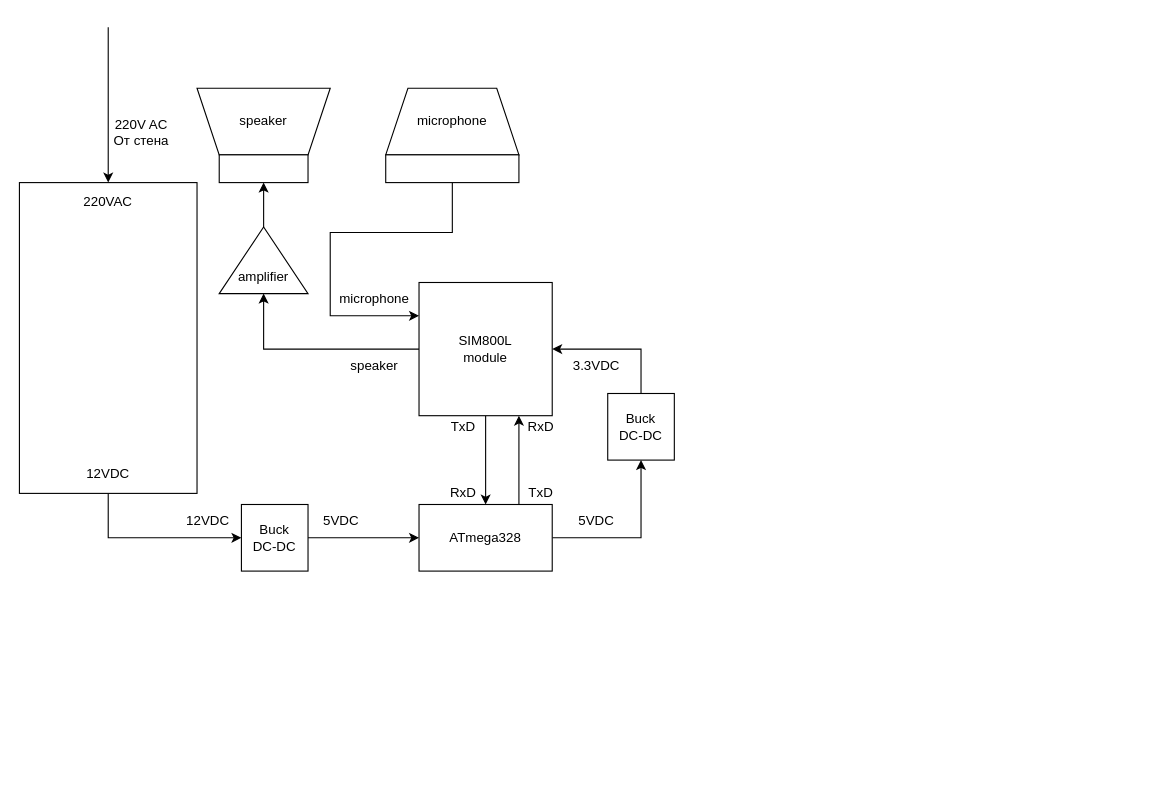
The draw.io diagram Untitled Diagram.drawio in DanielDimitrov123/Smart-Domophone, before the edit. Source tidied: cells renumbered, new cells numbered last; positions are measured from the earlier drawing's top-left corner, leaving out a move shared by most shapes. Both pictures are drawn from the tidied source at 111%, with x=0, y=0 at pixel (19, 27).
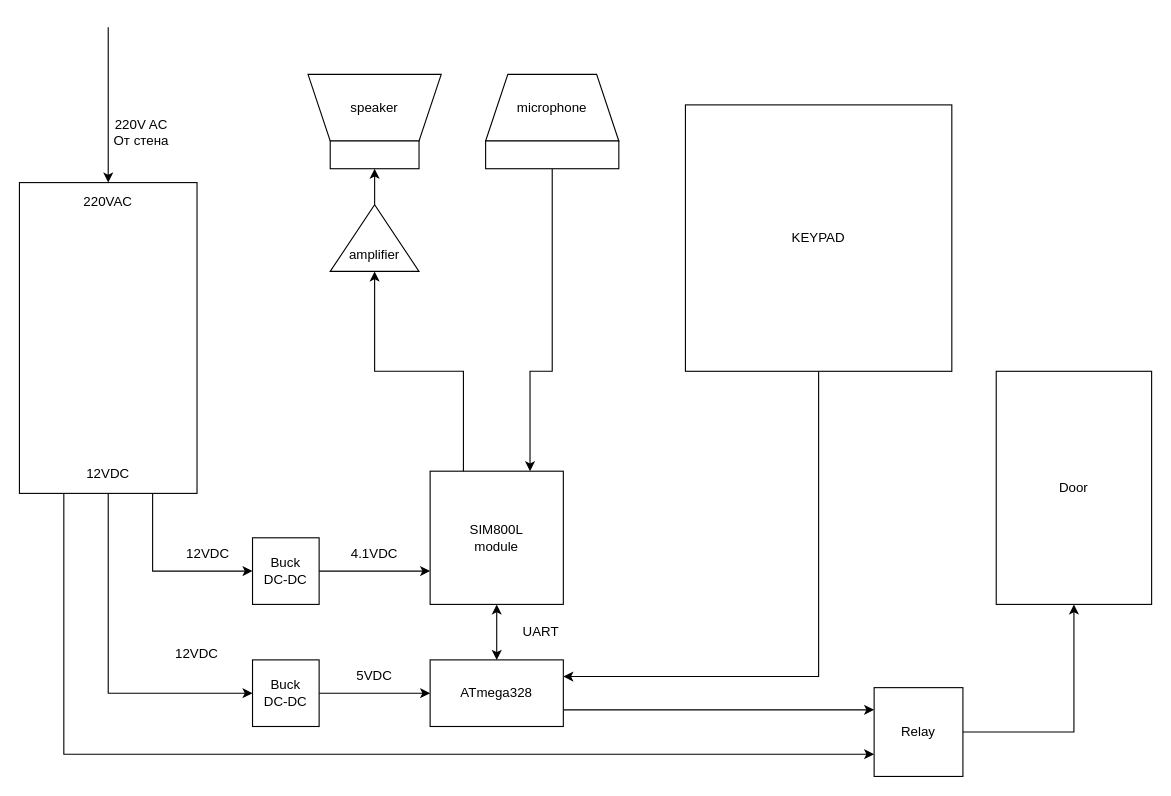
After the change.

Unchanged cells that the change refers to:
```xml
<mxCell id="6" value="&lt;div&gt;&lt;br&gt;&lt;/div&gt;220VAC&lt;div&gt;&lt;br&gt;&lt;/div&gt;&lt;div&gt;&lt;br&gt;&lt;/div&gt;&lt;div&gt;&lt;br&gt;&lt;/div&gt;&lt;div&gt;&lt;br&gt;&lt;/div&gt;&lt;div&gt;&lt;br&gt;&lt;/div&gt;&lt;div&gt;&lt;br&gt;&lt;/div&gt;&lt;div&gt;&lt;br&gt;&lt;/div&gt;&lt;div&gt;&lt;br&gt;&lt;/div&gt;&lt;div&gt;&lt;br&gt;&lt;/div&gt;&lt;div&gt;&lt;br&gt;&lt;/div&gt;&lt;div&gt;&lt;br&gt;&lt;/div&gt;&lt;div&gt;&lt;br&gt;&lt;/div&gt;&lt;div&gt;&lt;br&gt;&lt;/div&gt;&lt;div&gt;&lt;br&gt;&lt;/div&gt;&lt;div&gt;&lt;br&gt;&lt;/div&gt;&lt;div&gt;&lt;br&gt;&lt;/div&gt;&lt;div&gt;&lt;div&gt;12VDC&lt;div&gt;&lt;br&gt;&lt;/div&gt;&lt;/div&gt;&lt;/div&gt;" style="rounded=0;whiteSpace=wrap;html=1;direction=south;" parent="1" vertex="1">
  <mxGeometry y="140" width="160" height="280" as="geometry" />
</mxCell>
```

Diff of the diagram source:
```diff
@@
-    <mxCell id="2" style="edgeStyle=orthogonalEdgeStyle;rounded=0;jettySize=auto;html=1;exitX=1;exitY=0.5;exitDx=0;exitDy=0;entryX=0.5;entryY=1;entryDx=0;entryDy=0;" parent="1" edge="1" source="4" target="11">
-      <mxGeometry relative="1" as="geometry" />
+    <mxCell id="2" style="edgeStyle=orthogonalEdgeStyle;rounded=0;jettySize=auto;html=1;exitX=1;exitY=0.25;exitDx=0;exitDy=0;entryX=0;entryY=0.5;entryDx=0;entryDy=0;" parent="1" edge="1" source="6" target="11">
+      <mxGeometry relative="1" as="geometry">
+        <Array as="points">
+          <mxPoint x="120" y="490" />
+        </Array>
+      </mxGeometry>
     </mxCell>
-    <mxCell id="3" style="edgeStyle=orthogonalEdgeStyle;rounded=0;jettySize=auto;html=1;exitX=0.75;exitY=0;exitDx=0;exitDy=0;entryX=0.75;entryY=1;entryDx=0;entryDy=0;" parent="1" edge="1" source="4" target="14">
-      <mxGeometry relative="1" as="geometry" />
-    </mxCell>
+    <mxCell id="33" style="edgeStyle=orthogonalEdgeStyle;rounded=0;jettySize=auto;html=1;exitX=1;exitY=0.75;exitDx=0;exitDy=0;entryX=0;entryY=0.25;entryDx=0;entryDy=0;" parent="1" edge="1" source="4" target="42">
+      <mxGeometry relative="1" as="geometry" />
+    </mxCell>
     <mxCell id="4" value="ATmega328" style="rounded=0;whiteSpace=wrap;html=1;rotation=0;" parent="1" vertex="1">
-      <mxGeometry x="360" y="430" width="120" height="60" as="geometry" />
+      <mxGeometry x="370" y="570" width="120" height="60" as="geometry" />
     </mxCell>
     <mxCell id="5" style="edgeStyle=orthogonalEdgeStyle;rounded=0;jettySize=auto;html=1;exitX=1;exitY=0.5;exitDx=0;exitDy=0;entryX=0;entryY=0.5;entryDx=0;entryDy=0;" parent="1" edge="1" source="6" target="20">
-      <mxGeometry relative="1" as="geometry" />
+      <mxGeometry relative="1" as="geometry">
+        <Array as="points">
+          <mxPoint x="80" y="600" />
+        </Array>
+      </mxGeometry>
     </mxCell>
+    <mxCell id="34" style="edgeStyle=orthogonalEdgeStyle;rounded=0;jettySize=auto;html=1;exitX=1;exitY=0.75;exitDx=0;exitDy=0;entryX=0;entryY=0.75;entryDx=0;entryDy=0;" parent="1" edge="1" source="6" target="42">
+      <mxGeometry relative="1" as="geometry" />
+    </mxCell>
@@
     <mxCell id="8" value="12VDC" style="text;html=1;align=center;verticalAlign=middle;whiteSpace=wrap;rounded=0;" parent="1" vertex="1">
-      <mxGeometry x="140" y="430" width="60" height="30" as="geometry" />
+      <mxGeometry x="130" y="550" width="60" height="30" as="geometry" />
     </mxCell>
     <mxCell id="9" value="5VDC" style="text;html=1;align=center;verticalAlign=middle;whiteSpace=wrap;rounded=0;" parent="1" vertex="1">
-      <mxGeometry x="260" y="430" width="60" height="30" as="geometry" />
+      <mxGeometry x="290" y="570" width="60" height="30" as="geometry" />
     </mxCell>
-    <mxCell id="10" style="edgeStyle=orthogonalEdgeStyle;rounded=0;jettySize=auto;html=1;exitX=0.5;exitY=0;exitDx=0;exitDy=0;entryX=1;entryY=0.5;entryDx=0;entryDy=0;" parent="1" edge="1" source="11" target="14">
+    <mxCell id="10" style="edgeStyle=orthogonalEdgeStyle;rounded=0;jettySize=auto;html=1;exitX=1;exitY=0.5;exitDx=0;exitDy=0;entryX=0;entryY=0.75;entryDx=0;entryDy=0;" parent="1" edge="1" source="11" target="14">
       <mxGeometry relative="1" as="geometry" />
     </mxCell>
     <mxCell id="11" value="Buck&lt;div&gt;DC-DC&lt;/div&gt;" style="whiteSpace=wrap;html=1;" parent="1" vertex="1">
-      <mxGeometry x="530" y="330" width="60" height="60" as="geometry" />
+      <mxGeometry x="210" y="460" width="60" height="60" as="geometry" />
     </mxCell>
-    <mxCell id="12" value="5VDC" style="text;html=1;align=center;verticalAlign=middle;whiteSpace=wrap;rounded=0;" parent="1" vertex="1">
-      <mxGeometry x="490" y="430" width="60" height="30" as="geometry" />
-    </mxCell>
-    <mxCell id="13" style="edgeStyle=orthogonalEdgeStyle;rounded=0;jettySize=auto;html=1;exitX=0.5;exitY=1;exitDx=0;exitDy=0;entryX=0.5;entryY=0;entryDx=0;entryDy=0;" parent="1" edge="1" source="14" target="4">
+    <mxCell id="13" style="edgeStyle=orthogonalEdgeStyle;rounded=0;jettySize=auto;html=1;exitX=0.5;exitY=1;exitDx=0;exitDy=0;entryX=0.5;entryY=0;entryDx=0;entryDy=0;startArrow=classic;startFill=1;" parent="1" edge="1" source="14" target="4">
       <mxGeometry relative="1" as="geometry" />
     </mxCell>
     <mxCell id="14" value="SIM800L&lt;div&gt;module&lt;/div&gt;" style="whiteSpace=wrap;html=1;" parent="1" vertex="1">
-      <mxGeometry x="360" y="230" width="120" height="120" as="geometry" />
+      <mxGeometry x="370" y="400" width="120" height="120" as="geometry" />
     </mxCell>
     <mxCell id="15" value="speaker" style="shape=trapezoid;perimeter=trapezoidPerimeter;whiteSpace=wrap;html=1;fixedSize=1;direction=west;" parent="1" vertex="1">
-      <mxGeometry x="160" y="55" width="120" height="60" as="geometry" />
+      <mxGeometry x="260" y="42.5" width="120" height="60" as="geometry" />
     </mxCell>
     <mxCell id="16" style="rounded=0;whiteSpace=wrap;html=1;" parent="1" vertex="1">
-      <mxGeometry x="180" y="115" width="80" height="25" as="geometry" />
+      <mxGeometry x="280" y="102.5" width="80" height="25" as="geometry" />
     </mxCell>
@@
     <mxCell id="18" value="&lt;div&gt;&lt;br&gt;&lt;/div&gt;&lt;div&gt;&lt;br&gt;&lt;/div&gt;amplifier" style="triangle;whiteSpace=wrap;html=1;direction=north;" parent="1" vertex="1">
-      <mxGeometry x="180" y="180" width="80" height="60" as="geometry" />
+      <mxGeometry x="280" y="160" width="80" height="60" as="geometry" />
     </mxCell>
@@
     <mxCell id="20" value="Buck&lt;div&gt;&lt;span style=&quot;background-color: transparent; color: light-dark(rgb(0, 0, 0), rgb(255, 255, 255));&quot;&gt;DC-&lt;/span&gt;&lt;span style=&quot;background-color: transparent; color: light-dark(rgb(0, 0, 0), rgb(255, 255, 255));&quot;&gt;DC&lt;/span&gt;&lt;/div&gt;" style="whiteSpace=wrap;html=1;" parent="1" vertex="1">
-      <mxGeometry x="200" y="430" width="60" height="60" as="geometry" />
+      <mxGeometry x="210" y="570" width="60" height="60" as="geometry" />
     </mxCell>
-    <mxCell id="21" value="3.3V&lt;span style=&quot;background-color: transparent; color: light-dark(rgb(0, 0, 0), rgb(255, 255, 255));&quot;&gt;DC&lt;/span&gt;" style="text;html=1;align=center;verticalAlign=middle;whiteSpace=wrap;rounded=0;" parent="1" vertex="1">
-      <mxGeometry x="490" y="290" width="60" height="30" as="geometry" />
-    </mxCell>
-    <mxCell id="22" value="TxD" style="text;html=1;align=center;verticalAlign=middle;whiteSpace=wrap;rounded=0;" parent="1" vertex="1">
-      <mxGeometry x="450" y="410" width="40" height="20" as="geometry" />
-    </mxCell>
-    <mxCell id="23" value="RxD" style="text;html=1;align=center;verticalAlign=middle;whiteSpace=wrap;rounded=0;" parent="1" vertex="1">
-      <mxGeometry x="380" y="410" width="40" height="20" as="geometry" />
-    </mxCell>
-    <mxCell id="24" value="RxD" style="text;html=1;align=center;verticalAlign=middle;whiteSpace=wrap;rounded=0;" parent="1" vertex="1">
-      <mxGeometry x="450" y="350" width="40" height="20" as="geometry" />
-    </mxCell>
-    <mxCell id="25" value="TxD" style="text;html=1;align=center;verticalAlign=middle;whiteSpace=wrap;rounded=0;" parent="1" vertex="1">
-      <mxGeometry x="380" y="350" width="40" height="20" as="geometry" />
-    </mxCell>
@@
-    <mxCell id="27" style="endArrow=classic;html=1;rounded=0;exitX=0;exitY=0.5;exitDx=0;exitDy=0;entryX=0;entryY=0.5;entryDx=0;entryDy=0;" parent="1" edge="1" source="14" target="18">
+    <mxCell id="27" style="endArrow=classic;html=1;rounded=0;exitX=0.25;exitY=0;exitDx=0;exitDy=0;entryX=0;entryY=0.5;entryDx=0;entryDy=0;" parent="1" edge="1" source="14" target="18">
       <mxGeometry relative="1" as="geometry">
         <Array as="points">
-          <mxPoint x="220" y="290" />
+          <mxPoint x="400" y="310" />
+          <mxPoint x="320" y="310" />
         </Array>
       </mxGeometry>
     </mxCell>
     <mxCell id="28" value="mic&lt;span style=&quot;background-color: transparent; color: light-dark(rgb(0, 0, 0), rgb(255, 255, 255));&quot;&gt;rophone&lt;/span&gt;" style="shape=trapezoid;perimeter=trapezoidPerimeter;whiteSpace=wrap;html=1;fixedSize=1;" parent="1" vertex="1">
-      <mxGeometry x="330" y="55" width="120" height="60" as="geometry" />
+      <mxGeometry x="420" y="42.5" width="120" height="60" as="geometry" />
     </mxCell>
-    <mxCell id="29" style="edgeStyle=orthogonalEdgeStyle;rounded=0;jettySize=auto;html=1;exitX=0.5;exitY=1;exitDx=0;exitDy=0;entryX=0;entryY=0.25;entryDx=0;entryDy=0;" parent="1" edge="1" source="30" target="14">
+    <mxCell id="29" style="edgeStyle=orthogonalEdgeStyle;rounded=0;jettySize=auto;html=1;exitX=0.5;exitY=1;exitDx=0;exitDy=0;entryX=0.75;entryY=0;entryDx=0;entryDy=0;" parent="1" edge="1" source="30" target="14">
       <mxGeometry relative="1" as="geometry">
         <Array as="points">
-          <mxPoint x="390" y="185" />
-          <mxPoint x="280" y="185" />
-          <mxPoint x="280" y="260" />
+          <mxPoint x="480" y="310" />
+          <mxPoint x="460" y="310" />
         </Array>
       </mxGeometry>
     </mxCell>
     <mxCell id="30" style="rounded=0;whiteSpace=wrap;html=1;" parent="1" vertex="1">
-      <mxGeometry x="330" y="115" width="120" height="25" as="geometry" />
+      <mxGeometry x="420" y="102.5" width="120" height="25" as="geometry" />
     </mxCell>
-    <mxCell id="31" value="speaker" style="text;html=1;align=center;verticalAlign=middle;whiteSpace=wrap;rounded=0;" parent="1" vertex="1">
-      <mxGeometry x="290" y="290" width="60" height="30" as="geometry" />
-    </mxCell>
-    <mxCell id="32" value="microphone" style="text;html=1;align=center;verticalAlign=middle;whiteSpace=wrap;rounded=0;" parent="1" vertex="1">
-      <mxGeometry x="290" y="230" width="60" height="30" as="geometry" />
-    </mxCell>
+    <mxCell id="35" value="12VDC" style="text;html=1;align=center;verticalAlign=middle;whiteSpace=wrap;rounded=0;" parent="1" vertex="1">
+      <mxGeometry x="140" y="460" width="60" height="30" as="geometry" />
+    </mxCell>
+    <mxCell id="36" value="4.1VDC" style="text;html=1;align=center;verticalAlign=middle;whiteSpace=wrap;rounded=0;" parent="1" vertex="1">
+      <mxGeometry x="290" y="460" width="60" height="30" as="geometry" />
+    </mxCell>
+    <mxCell id="37" value="UART" style="text;html=1;align=center;verticalAlign=middle;whiteSpace=wrap;rounded=0;" parent="1" vertex="1">
+      <mxGeometry x="440" y="530" width="60" height="30" as="geometry" />
+    </mxCell>
+    <mxCell id="38" style="edgeStyle=orthogonalEdgeStyle;rounded=0;jettySize=auto;html=1;exitX=0.5;exitY=1;exitDx=0;exitDy=0;entryX=1;entryY=0.25;entryDx=0;entryDy=0;" parent="1" edge="1" source="39" target="4">
+      <mxGeometry relative="1" as="geometry" />
+    </mxCell>
+    <mxCell id="39" value="KEYPAD" style="whiteSpace=wrap;html=1;" parent="1" vertex="1">
+      <mxGeometry x="600" y="70" width="240" height="240" as="geometry" />
+    </mxCell>
+    <mxCell id="40" value="Door" style="rounded=0;whiteSpace=wrap;html=1;direction=south;" parent="1" vertex="1">
+      <mxGeometry x="880" y="310" width="140" height="210" as="geometry" />
+    </mxCell>
+    <mxCell id="41" style="edgeStyle=orthogonalEdgeStyle;rounded=0;jettySize=auto;html=1;entryX=1;entryY=0.5;entryDx=0;entryDy=0;" parent="1" edge="1" source="42" target="40">
+      <mxGeometry relative="1" as="geometry" />
+    </mxCell>
+    <mxCell id="42" value="Relay" style="whiteSpace=wrap;html=1;" parent="1" vertex="1">
+      <mxGeometry x="770" y="595" width="80" height="80" as="geometry" />
+    </mxCell>
```
